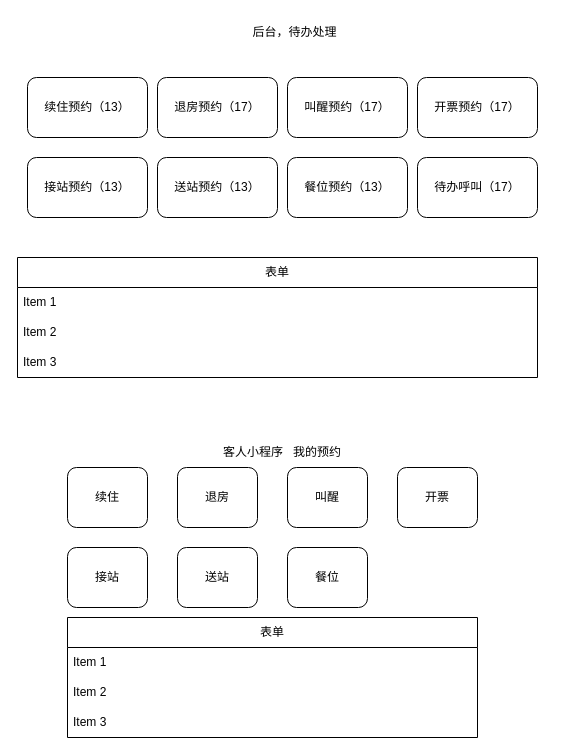
The draw.io diagram xzzh/服务管家.drawio in daniel-7d/draw, before the edit. Source tidied: cells renumbered, new cells numbered last; positions are measured from the earlier drawing's top-left corner, leaving out a move shared by most shapes. Both pictures are drawn from the tidied source at 100%, with x=0, y=0 at pixel (17, 17).
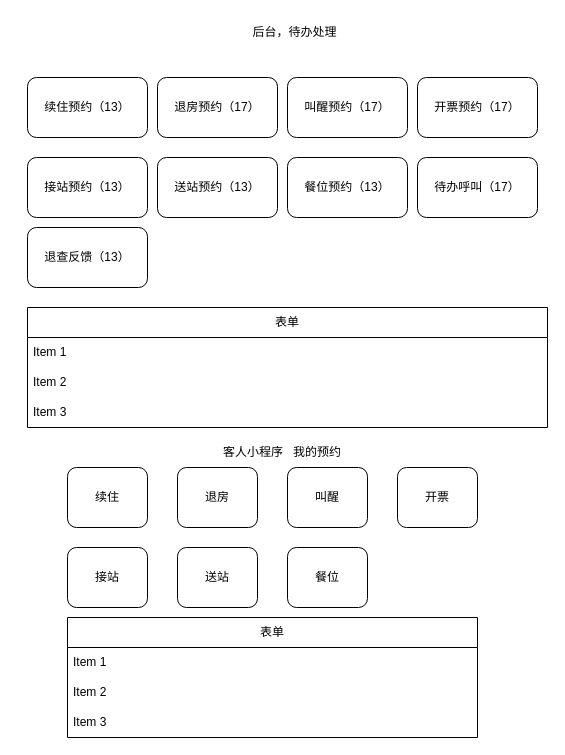
The same page after the edit.

Commit message:
更新服务管家.drawio

Diff of the diagram source:
```diff
@@
     <mxCell id="2" value="表单" style="swimlane;fontStyle=0;horizontal=1;startSize=30;whiteSpace=wrap;html=1;" parent="1" vertex="1">
-      <mxGeometry y="240" width="520" height="120" as="geometry" />
+      <mxGeometry x="10" y="290" width="520" height="120" as="geometry" />
     </mxCell>
@@
+    <mxCell id="27" value="退查反馈（13）" style="rounded=1;whiteSpace=wrap;html=1;" parent="1" vertex="1">
+      <mxGeometry x="10" y="210" width="120" height="60" as="geometry" />
+    </mxCell>
```
